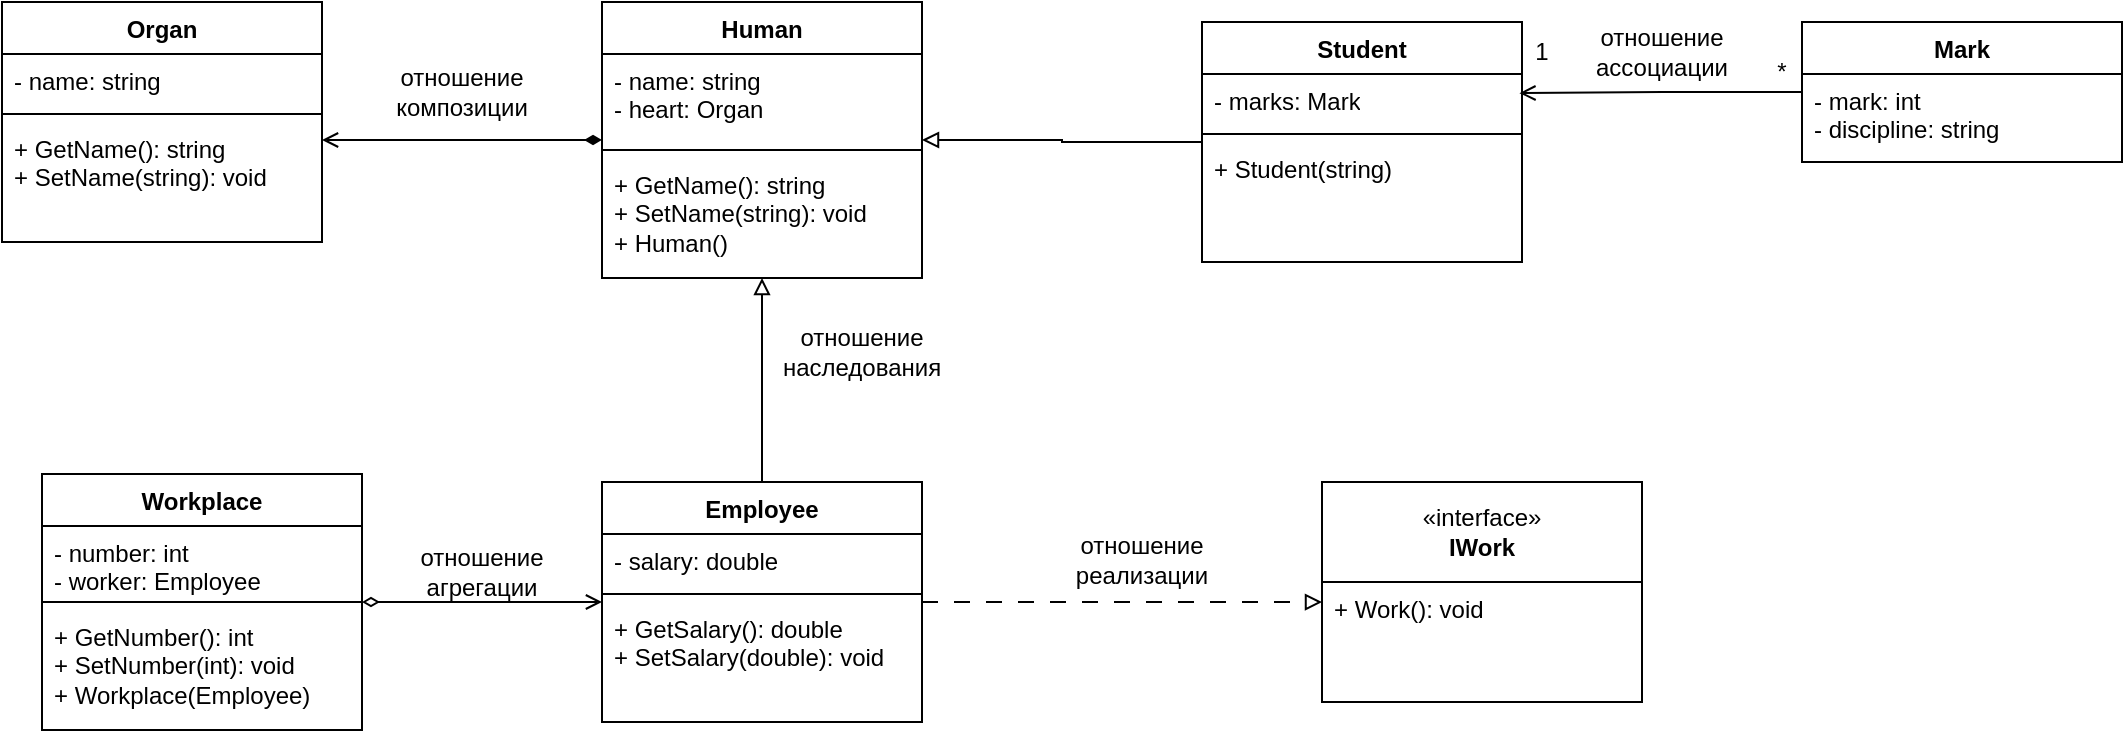
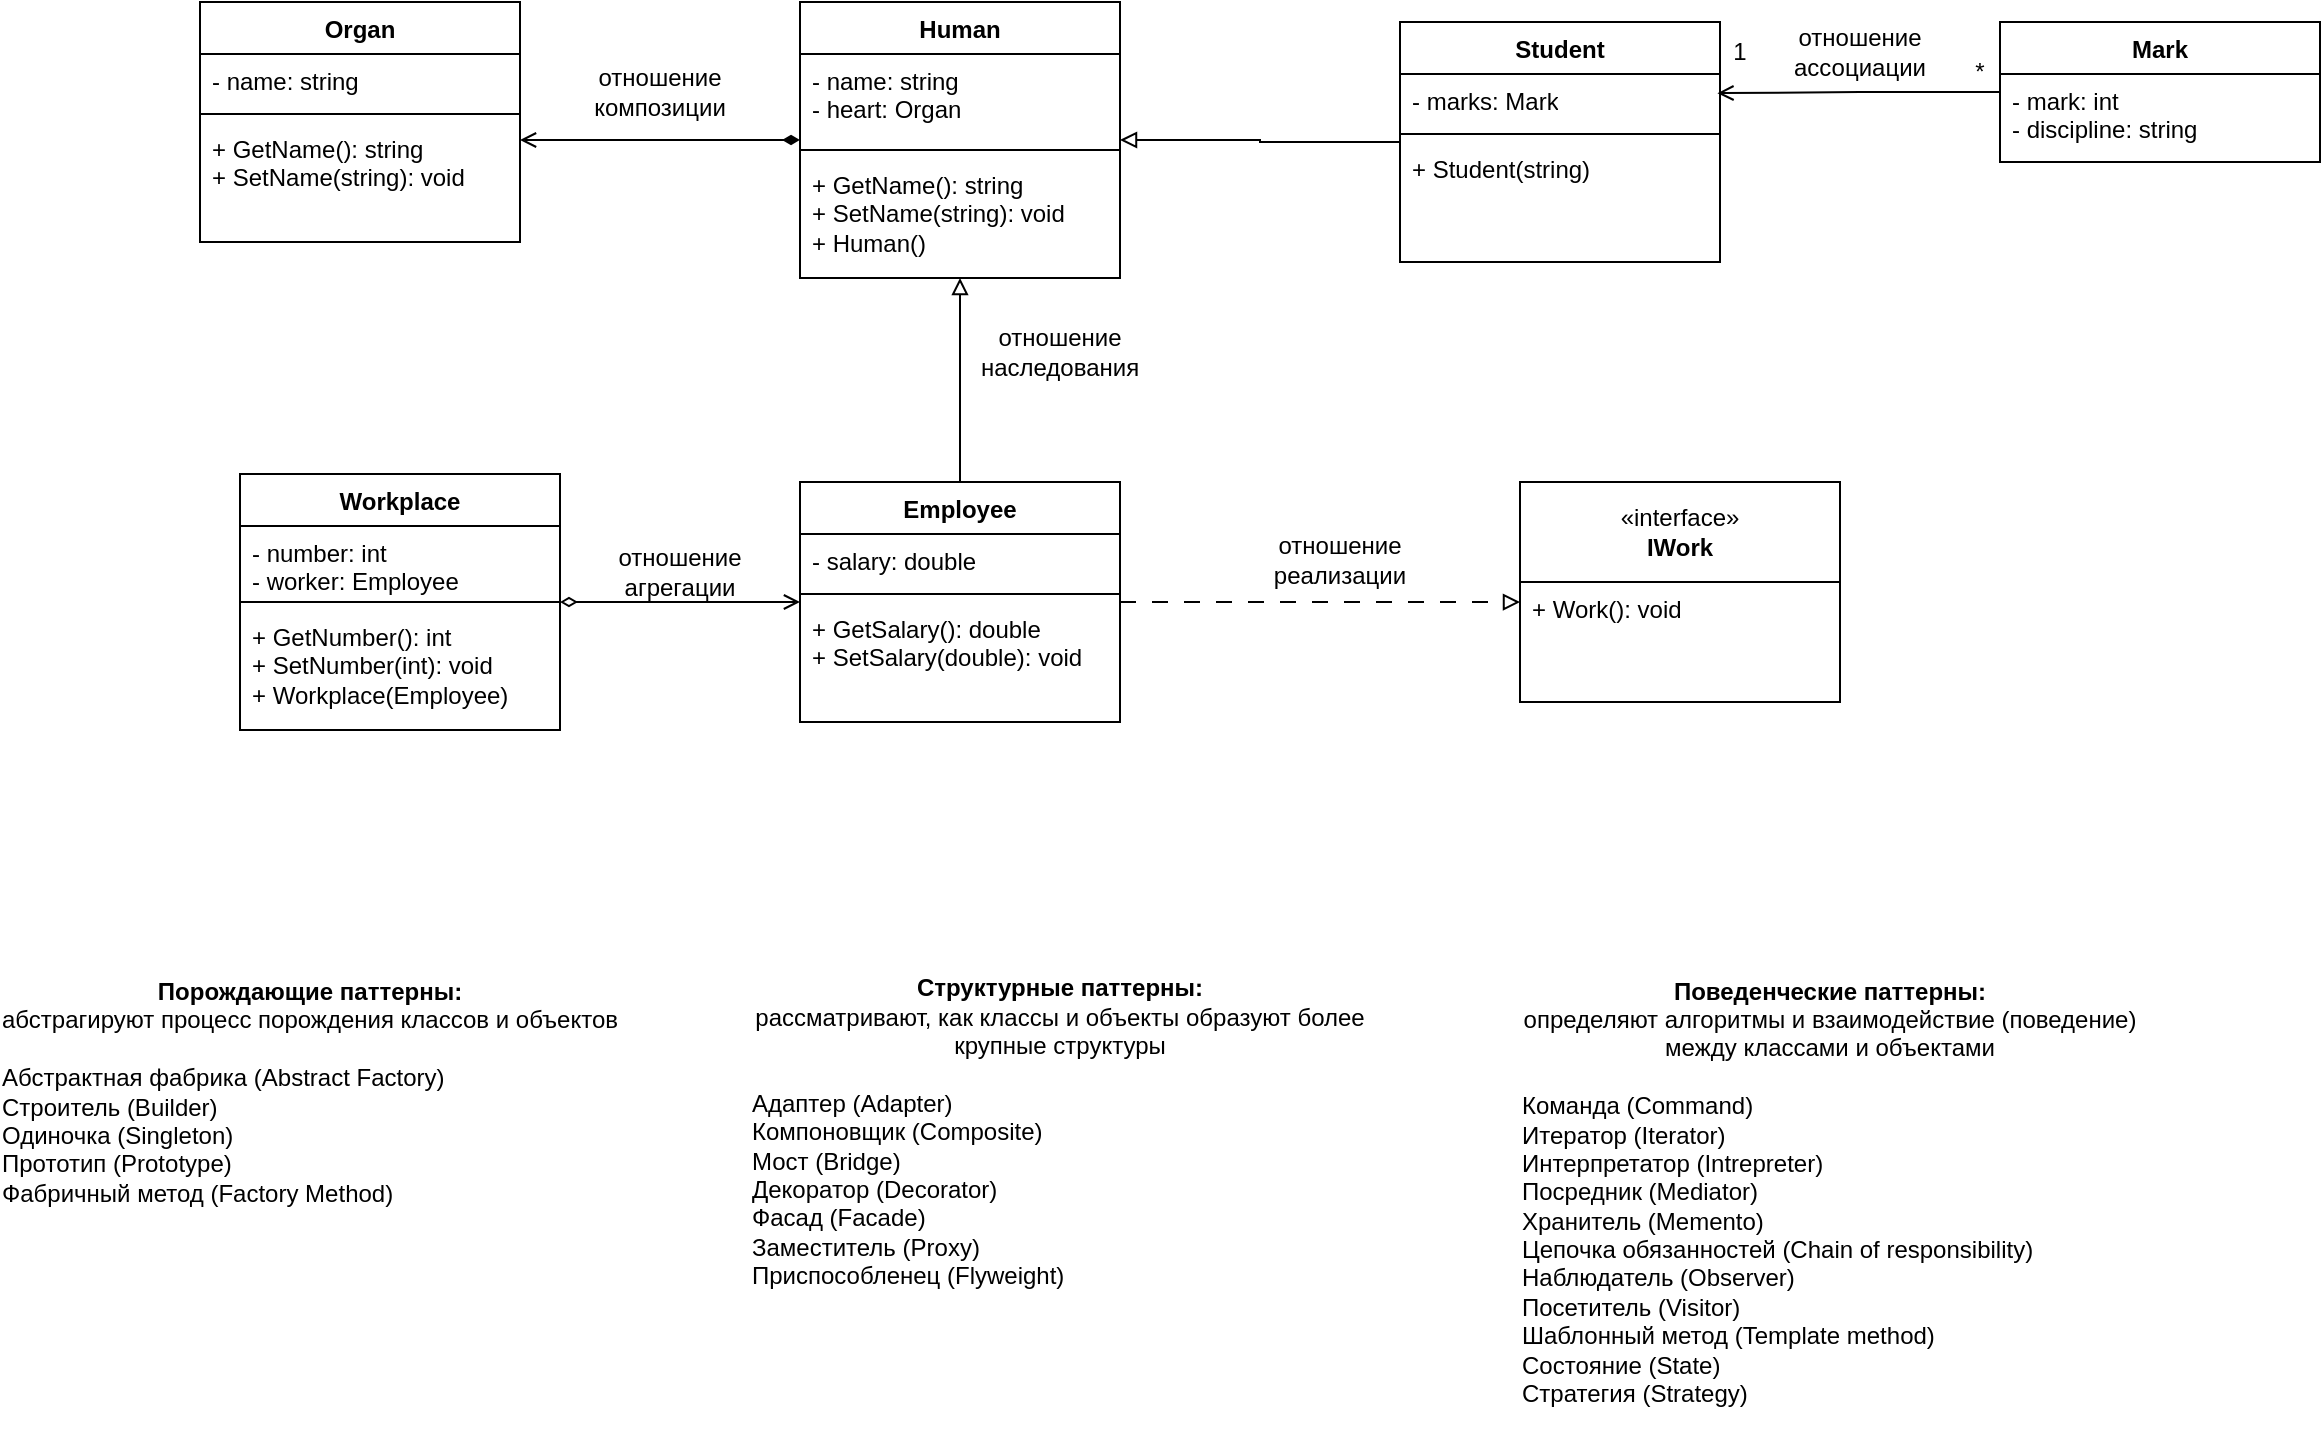
<mxfile host="Electron" agent="Mozilla/5.0 (Windows NT 10.0; Win64; x64) AppleWebKit/537.36 (KHTML, like Gecko) draw.io/29.6.6 Chrome/144.0.7559.236 Electron/40.8.4 Safari/537.36" version="29.6.6">
  <diagram name="Страница-1" id="340Mz2rqf0M7s_-7rXC2">
-     <mxGraphModel dx="1810" dy="586" grid="1" gridSize="10" guides="1" tooltips="1" connect="1" arrows="1" fold="1" page="1" pageScale="1" pageWidth="827" pageHeight="1169" math="0" shadow="0">
+     <mxGraphModel dx="2253" dy="849" grid="1" gridSize="10" guides="1" tooltips="1" connect="1" arrows="1" fold="1" page="1" pageScale="1" pageWidth="827" pageHeight="1169" math="0" shadow="0">
      <root>
        <mxCell id="0" />
        <mxCell id="1" parent="0" />
        <mxCell id="bZYXF4KpNWjfESPcemhR-1" parent="1" style="swimlane;fontStyle=1;align=center;verticalAlign=top;childLayout=stackLayout;horizontal=1;startSize=26;horizontalStack=0;resizeParent=1;resizeParentMax=0;resizeLast=0;collapsible=1;marginBottom=0;whiteSpace=wrap;html=1;" value="Human" vertex="1">
          <mxGeometry height="138" width="160" x="160" y="200" as="geometry" />
        </mxCell>
        <mxCell id="bZYXF4KpNWjfESPcemhR-2" parent="bZYXF4KpNWjfESPcemhR-1" style="text;strokeColor=none;fillColor=none;align=left;verticalAlign=top;spacingLeft=4;spacingRight=4;overflow=hidden;rotatable=0;points=[[0,0.5],[1,0.5]];portConstraint=eastwest;whiteSpace=wrap;html=1;" value="- name: string&lt;div&gt;- heart: Organ&lt;/div&gt;" vertex="1">
          <mxGeometry height="44" width="160" y="26" as="geometry" />
        </mxCell>
        <mxCell id="bZYXF4KpNWjfESPcemhR-3" parent="bZYXF4KpNWjfESPcemhR-1" style="line;strokeWidth=1;fillColor=none;align=left;verticalAlign=middle;spacingTop=-1;spacingLeft=3;spacingRight=3;rotatable=0;labelPosition=right;points=[];portConstraint=eastwest;strokeColor=inherit;" value="" vertex="1">
          <mxGeometry height="8" width="160" y="70" as="geometry" />
        </mxCell>
        <mxCell id="bZYXF4KpNWjfESPcemhR-4" parent="bZYXF4KpNWjfESPcemhR-1" style="text;strokeColor=none;fillColor=none;align=left;verticalAlign=top;spacingLeft=4;spacingRight=4;overflow=hidden;rotatable=0;points=[[0,0.5],[1,0.5]];portConstraint=eastwest;whiteSpace=wrap;html=1;" value="+ GetName(): string&lt;div&gt;+ SetName(string): void&lt;/div&gt;&lt;div&gt;+ Human()&lt;/div&gt;" vertex="1">
          <mxGeometry height="60" width="160" y="78" as="geometry" />
        </mxCell>
        <mxCell id="bZYXF4KpNWjfESPcemhR-41" edge="1" parent="1" source="bZYXF4KpNWjfESPcemhR-5" style="edgeStyle=orthogonalEdgeStyle;rounded=0;orthogonalLoop=1;jettySize=auto;html=1;endArrow=diamondThin;endFill=0;startArrow=open;startFill=0;" target="bZYXF4KpNWjfESPcemhR-37">
          <mxGeometry relative="1" as="geometry" />
        </mxCell>
        <mxCell id="bZYXF4KpNWjfESPcemhR-5" parent="1" style="swimlane;fontStyle=1;align=center;verticalAlign=top;childLayout=stackLayout;horizontal=1;startSize=26;horizontalStack=0;resizeParent=1;resizeParentMax=0;resizeLast=0;collapsible=1;marginBottom=0;whiteSpace=wrap;html=1;" value="Employee" vertex="1">
          <mxGeometry height="120" width="160" x="160" y="440" as="geometry" />
        </mxCell>
        <mxCell id="bZYXF4KpNWjfESPcemhR-6" parent="bZYXF4KpNWjfESPcemhR-5" style="text;strokeColor=none;fillColor=none;align=left;verticalAlign=top;spacingLeft=4;spacingRight=4;overflow=hidden;rotatable=0;points=[[0,0.5],[1,0.5]];portConstraint=eastwest;whiteSpace=wrap;html=1;" value="- salary: double" vertex="1">
          <mxGeometry height="26" width="160" y="26" as="geometry" />
        </mxCell>
        <mxCell id="bZYXF4KpNWjfESPcemhR-7" parent="bZYXF4KpNWjfESPcemhR-5" style="line;strokeWidth=1;fillColor=none;align=left;verticalAlign=middle;spacingTop=-1;spacingLeft=3;spacingRight=3;rotatable=0;labelPosition=right;points=[];portConstraint=eastwest;strokeColor=inherit;" value="" vertex="1">
          <mxGeometry height="8" width="160" y="52" as="geometry" />
        </mxCell>
        <mxCell id="bZYXF4KpNWjfESPcemhR-8" parent="bZYXF4KpNWjfESPcemhR-5" style="text;strokeColor=none;fillColor=none;align=left;verticalAlign=top;spacingLeft=4;spacingRight=4;overflow=hidden;rotatable=0;points=[[0,0.5],[1,0.5]];portConstraint=eastwest;whiteSpace=wrap;html=1;" value="+ GetSalary(): double&lt;div&gt;+ SetSalary(double): void&lt;/div&gt;" vertex="1">
          <mxGeometry height="60" width="160" y="60" as="geometry" />
        </mxCell>
        <mxCell id="bZYXF4KpNWjfESPcemhR-9" edge="1" parent="1" source="bZYXF4KpNWjfESPcemhR-5" style="edgeStyle=orthogonalEdgeStyle;rounded=0;orthogonalLoop=1;jettySize=auto;html=1;entryX=0.5;entryY=1;entryDx=0;entryDy=0;entryPerimeter=0;endArrow=block;endFill=0;" target="bZYXF4KpNWjfESPcemhR-4">
          <mxGeometry relative="1" as="geometry" />
        </mxCell>
        <mxCell id="bZYXF4KpNWjfESPcemhR-10" parent="1" style="text;html=1;whiteSpace=wrap;strokeColor=none;fillColor=none;align=center;verticalAlign=middle;rounded=0;" value="отношение наследования" vertex="1">
          <mxGeometry height="30" width="60" x="260" y="360" as="geometry" />
        </mxCell>
        <mxCell id="bZYXF4KpNWjfESPcemhR-11" parent="1" style="swimlane;fontStyle=1;align=center;verticalAlign=top;childLayout=stackLayout;horizontal=1;startSize=26;horizontalStack=0;resizeParent=1;resizeParentMax=0;resizeLast=0;collapsible=1;marginBottom=0;whiteSpace=wrap;html=1;" value="" vertex="1">
          <mxGeometry height="86" width="160" x="520" y="464" as="geometry" />
        </mxCell>
        <mxCell id="bZYXF4KpNWjfESPcemhR-14" parent="bZYXF4KpNWjfESPcemhR-11" style="text;strokeColor=none;fillColor=none;align=left;verticalAlign=top;spacingLeft=4;spacingRight=4;overflow=hidden;rotatable=0;points=[[0,0.5],[1,0.5]];portConstraint=eastwest;whiteSpace=wrap;html=1;" value="&lt;div&gt;+ Work(): void&lt;/div&gt;" vertex="1">
          <mxGeometry height="60" width="160" y="26" as="geometry" />
        </mxCell>
        <mxCell id="bZYXF4KpNWjfESPcemhR-15" parent="1" style="html=1;whiteSpace=wrap;" value="«interface»&lt;br&gt;&lt;b&gt;IWork&lt;/b&gt;" vertex="1">
          <mxGeometry height="50" width="160" x="520" y="440" as="geometry" />
        </mxCell>
        <mxCell id="bZYXF4KpNWjfESPcemhR-16" edge="1" parent="1" source="bZYXF4KpNWjfESPcemhR-5" style="edgeStyle=orthogonalEdgeStyle;rounded=0;orthogonalLoop=1;jettySize=auto;html=1;entryX=0;entryY=0.167;entryDx=0;entryDy=0;entryPerimeter=0;endArrow=block;endFill=0;dashed=1;dashPattern=8 8;" target="bZYXF4KpNWjfESPcemhR-14">
          <mxGeometry relative="1" as="geometry" />
        </mxCell>
        <mxCell id="bZYXF4KpNWjfESPcemhR-17" parent="1" style="text;html=1;whiteSpace=wrap;strokeColor=none;fillColor=none;align=center;verticalAlign=middle;rounded=0;" value="отношение реализации" vertex="1">
          <mxGeometry height="30" width="60" x="400" y="464" as="geometry" />
        </mxCell>
        <mxCell id="bZYXF4KpNWjfESPcemhR-23" edge="1" parent="1" source="bZYXF4KpNWjfESPcemhR-18" style="edgeStyle=orthogonalEdgeStyle;rounded=0;orthogonalLoop=1;jettySize=auto;html=1;endArrow=block;endFill=0;" target="bZYXF4KpNWjfESPcemhR-1">
          <mxGeometry relative="1" as="geometry" />
        </mxCell>
        <mxCell id="bZYXF4KpNWjfESPcemhR-18" parent="1" style="swimlane;fontStyle=1;align=center;verticalAlign=top;childLayout=stackLayout;horizontal=1;startSize=26;horizontalStack=0;resizeParent=1;resizeParentMax=0;resizeLast=0;collapsible=1;marginBottom=0;whiteSpace=wrap;html=1;" value="Student" vertex="1">
          <mxGeometry height="120" width="160" x="460" y="210" as="geometry" />
        </mxCell>
        <mxCell id="bZYXF4KpNWjfESPcemhR-19" parent="bZYXF4KpNWjfESPcemhR-18" style="text;strokeColor=none;fillColor=none;align=left;verticalAlign=top;spacingLeft=4;spacingRight=4;overflow=hidden;rotatable=0;points=[[0,0.5],[1,0.5]];portConstraint=eastwest;whiteSpace=wrap;html=1;" value="- marks: Mark" vertex="1">
          <mxGeometry height="26" width="160" y="26" as="geometry" />
        </mxCell>
        <mxCell id="bZYXF4KpNWjfESPcemhR-20" parent="bZYXF4KpNWjfESPcemhR-18" style="line;strokeWidth=1;fillColor=none;align=left;verticalAlign=middle;spacingTop=-1;spacingLeft=3;spacingRight=3;rotatable=0;labelPosition=right;points=[];portConstraint=eastwest;strokeColor=inherit;" value="" vertex="1">
          <mxGeometry height="8" width="160" y="52" as="geometry" />
        </mxCell>
        <mxCell id="bZYXF4KpNWjfESPcemhR-21" parent="bZYXF4KpNWjfESPcemhR-18" style="text;strokeColor=none;fillColor=none;align=left;verticalAlign=top;spacingLeft=4;spacingRight=4;overflow=hidden;rotatable=0;points=[[0,0.5],[1,0.5]];portConstraint=eastwest;whiteSpace=wrap;html=1;" value="+ Student(string)" vertex="1">
          <mxGeometry height="60" width="160" y="60" as="geometry" />
        </mxCell>
        <mxCell id="bZYXF4KpNWjfESPcemhR-24" parent="1" style="swimlane;fontStyle=1;align=center;verticalAlign=top;childLayout=stackLayout;horizontal=1;startSize=26;horizontalStack=0;resizeParent=1;resizeParentMax=0;resizeLast=0;collapsible=1;marginBottom=0;whiteSpace=wrap;html=1;" value="Mark" vertex="1">
          <mxGeometry height="70" width="160" x="760" y="210" as="geometry" />
        </mxCell>
        <mxCell id="bZYXF4KpNWjfESPcemhR-25" parent="bZYXF4KpNWjfESPcemhR-24" style="text;strokeColor=none;fillColor=none;align=left;verticalAlign=top;spacingLeft=4;spacingRight=4;overflow=hidden;rotatable=0;points=[[0,0.5],[1,0.5]];portConstraint=eastwest;whiteSpace=wrap;html=1;" value="- mark: int&lt;div&gt;- discipline: string&lt;/div&gt;" vertex="1">
          <mxGeometry height="44" width="160" y="26" as="geometry" />
        </mxCell>
        <mxCell id="bZYXF4KpNWjfESPcemhR-28" edge="1" parent="1" source="bZYXF4KpNWjfESPcemhR-24" style="edgeStyle=orthogonalEdgeStyle;rounded=0;orthogonalLoop=1;jettySize=auto;html=1;entryX=0.992;entryY=0.368;entryDx=0;entryDy=0;entryPerimeter=0;endArrow=open;endFill=0;" target="bZYXF4KpNWjfESPcemhR-19">
          <mxGeometry relative="1" as="geometry" />
        </mxCell>
        <mxCell id="bZYXF4KpNWjfESPcemhR-29" parent="1" style="text;html=1;whiteSpace=wrap;strokeColor=none;fillColor=none;align=center;verticalAlign=middle;rounded=0;" value="*" vertex="1">
          <mxGeometry height="30" width="60" x="720" y="220" as="geometry" />
        </mxCell>
        <mxCell id="bZYXF4KpNWjfESPcemhR-30" parent="1" style="text;html=1;whiteSpace=wrap;strokeColor=none;fillColor=none;align=center;verticalAlign=middle;rounded=0;" value="1" vertex="1">
          <mxGeometry height="30" width="60" x="600" y="210" as="geometry" />
        </mxCell>
        <mxCell id="bZYXF4KpNWjfESPcemhR-31" parent="1" style="swimlane;fontStyle=1;align=center;verticalAlign=top;childLayout=stackLayout;horizontal=1;startSize=26;horizontalStack=0;resizeParent=1;resizeParentMax=0;resizeLast=0;collapsible=1;marginBottom=0;whiteSpace=wrap;html=1;" value="Organ" vertex="1">
          <mxGeometry height="120" width="160" x="-140" y="200" as="geometry" />
        </mxCell>
        <mxCell id="bZYXF4KpNWjfESPcemhR-32" parent="bZYXF4KpNWjfESPcemhR-31" style="text;strokeColor=none;fillColor=none;align=left;verticalAlign=top;spacingLeft=4;spacingRight=4;overflow=hidden;rotatable=0;points=[[0,0.5],[1,0.5]];portConstraint=eastwest;whiteSpace=wrap;html=1;" value="- name: string" vertex="1">
          <mxGeometry height="26" width="160" y="26" as="geometry" />
        </mxCell>
        <mxCell id="bZYXF4KpNWjfESPcemhR-33" parent="bZYXF4KpNWjfESPcemhR-31" style="line;strokeWidth=1;fillColor=none;align=left;verticalAlign=middle;spacingTop=-1;spacingLeft=3;spacingRight=3;rotatable=0;labelPosition=right;points=[];portConstraint=eastwest;strokeColor=inherit;" value="" vertex="1">
          <mxGeometry height="8" width="160" y="52" as="geometry" />
        </mxCell>
        <mxCell id="bZYXF4KpNWjfESPcemhR-34" parent="bZYXF4KpNWjfESPcemhR-31" style="text;strokeColor=none;fillColor=none;align=left;verticalAlign=top;spacingLeft=4;spacingRight=4;overflow=hidden;rotatable=0;points=[[0,0.5],[1,0.5]];portConstraint=eastwest;whiteSpace=wrap;html=1;" value="+ GetName(): string&lt;div&gt;+ SetName(string): void&lt;/div&gt;" vertex="1">
          <mxGeometry height="60" width="160" y="60" as="geometry" />
        </mxCell>
        <mxCell id="bZYXF4KpNWjfESPcemhR-35" edge="1" parent="1" source="bZYXF4KpNWjfESPcemhR-1" style="edgeStyle=orthogonalEdgeStyle;rounded=0;orthogonalLoop=1;jettySize=auto;html=1;entryX=1;entryY=0.15;entryDx=0;entryDy=0;entryPerimeter=0;endArrow=open;endFill=0;startArrow=diamondThin;startFill=1;" target="bZYXF4KpNWjfESPcemhR-34">
          <mxGeometry relative="1" as="geometry" />
        </mxCell>
        <mxCell id="bZYXF4KpNWjfESPcemhR-36" parent="1" style="text;html=1;whiteSpace=wrap;strokeColor=none;fillColor=none;align=center;verticalAlign=middle;rounded=0;" value="отношение композиции" vertex="1">
          <mxGeometry height="30" width="60" x="60" y="230" as="geometry" />
        </mxCell>
        <mxCell id="bZYXF4KpNWjfESPcemhR-37" parent="1" style="swimlane;fontStyle=1;align=center;verticalAlign=top;childLayout=stackLayout;horizontal=1;startSize=26;horizontalStack=0;resizeParent=1;resizeParentMax=0;resizeLast=0;collapsible=1;marginBottom=0;whiteSpace=wrap;html=1;" value="Workplace" vertex="1">
          <mxGeometry height="128" width="160" x="-120" y="436" as="geometry" />
        </mxCell>
        <mxCell id="bZYXF4KpNWjfESPcemhR-38" parent="bZYXF4KpNWjfESPcemhR-37" style="text;strokeColor=none;fillColor=none;align=left;verticalAlign=top;spacingLeft=4;spacingRight=4;overflow=hidden;rotatable=0;points=[[0,0.5],[1,0.5]];portConstraint=eastwest;whiteSpace=wrap;html=1;" value="- number: int&lt;div&gt;- worker: Employee&lt;/div&gt;" vertex="1">
          <mxGeometry height="34" width="160" y="26" as="geometry" />
        </mxCell>
        <mxCell id="bZYXF4KpNWjfESPcemhR-39" parent="bZYXF4KpNWjfESPcemhR-37" style="line;strokeWidth=1;fillColor=none;align=left;verticalAlign=middle;spacingTop=-1;spacingLeft=3;spacingRight=3;rotatable=0;labelPosition=right;points=[];portConstraint=eastwest;strokeColor=inherit;" value="" vertex="1">
          <mxGeometry height="8" width="160" y="60" as="geometry" />
        </mxCell>
        <mxCell id="bZYXF4KpNWjfESPcemhR-40" parent="bZYXF4KpNWjfESPcemhR-37" style="text;strokeColor=none;fillColor=none;align=left;verticalAlign=top;spacingLeft=4;spacingRight=4;overflow=hidden;rotatable=0;points=[[0,0.5],[1,0.5]];portConstraint=eastwest;whiteSpace=wrap;html=1;" value="+ GetNumber(): int&lt;div&gt;+ SetNumber(int): void&lt;/div&gt;&lt;div&gt;+ Workplace(Employee)&lt;/div&gt;" vertex="1">
          <mxGeometry height="60" width="160" y="68" as="geometry" />
        </mxCell>
        <mxCell id="bZYXF4KpNWjfESPcemhR-42" parent="1" style="text;html=1;whiteSpace=wrap;strokeColor=none;fillColor=none;align=center;verticalAlign=middle;rounded=0;" value="отношение агрегации" vertex="1">
          <mxGeometry height="30" width="60" x="70" y="470" as="geometry" />
        </mxCell>
        <mxCell id="bZYXF4KpNWjfESPcemhR-43" parent="1" style="text;html=1;whiteSpace=wrap;strokeColor=none;fillColor=none;align=center;verticalAlign=middle;rounded=0;" value="отношение ассоциации" vertex="1">
          <mxGeometry height="30" width="60" x="660" y="210" as="geometry" />
        </mxCell>
+         <mxCell id="j9C8s-9bfbI2lDyzazYW-1" parent="1" style="text;html=1;whiteSpace=wrap;strokeColor=none;fillColor=none;align=center;verticalAlign=middle;rounded=0;fontStyle=1" value="Порождающие паттерны:&lt;div&gt;&lt;span style=&quot;font-weight: normal;&quot;&gt;абстрагируют процесс порождения классов и объектов&lt;/span&gt;&lt;br&gt;&lt;div&gt;&lt;br&gt;&lt;/div&gt;&lt;div style=&quot;text-align: left;&quot;&gt;&lt;span style=&quot;font-weight: 400;&quot;&gt;Абстрактная фабрика (Abstract Factory)&lt;/span&gt;&lt;/div&gt;&lt;div style=&quot;text-align: left;&quot;&gt;&lt;span style=&quot;font-weight: 400;&quot;&gt;Строитель (Builder)&lt;/span&gt;&lt;/div&gt;&lt;div style=&quot;text-align: left;&quot;&gt;&lt;span style=&quot;font-weight: 400;&quot;&gt;Одиночка (Singleton)&lt;/span&gt;&lt;/div&gt;&lt;div style=&quot;text-align: left;&quot;&gt;&lt;span style=&quot;font-weight: 400;&quot;&gt;Прототип (Prototype)&lt;/span&gt;&lt;/div&gt;&lt;div style=&quot;text-align: left;&quot;&gt;&lt;span style=&quot;font-weight: 400;&quot;&gt;Фабричный метод (Factory Method)&lt;/span&gt;&lt;/div&gt;&lt;/div&gt;" vertex="1">
+           <mxGeometry height="250" width="310" x="-240" y="620" as="geometry" />
+         </mxCell>
+         <mxCell id="j9C8s-9bfbI2lDyzazYW-2" parent="1" style="text;html=1;whiteSpace=wrap;strokeColor=none;fillColor=none;align=center;verticalAlign=middle;rounded=0;fontStyle=1" value="Структурные паттерны:&lt;div&gt;&lt;span style=&quot;font-weight: normal;&quot;&gt;рассматривают, как классы и объекты образуют более крупные структуры&lt;/span&gt;&lt;br&gt;&lt;div&gt;&lt;br&gt;&lt;/div&gt;&lt;div style=&quot;text-align: left;&quot;&gt;&lt;span style=&quot;font-weight: 400;&quot;&gt;Адаптер (Adapter)&lt;/span&gt;&lt;/div&gt;&lt;div style=&quot;text-align: left;&quot;&gt;&lt;span style=&quot;font-weight: 400;&quot;&gt;Компоновщик (Composite)&lt;/span&gt;&lt;/div&gt;&lt;div style=&quot;text-align: left;&quot;&gt;&lt;span style=&quot;font-weight: 400;&quot;&gt;Мост (Bridge)&lt;/span&gt;&lt;/div&gt;&lt;div style=&quot;text-align: left;&quot;&gt;&lt;span style=&quot;font-weight: 400;&quot;&gt;Декоратор (Decorator)&lt;/span&gt;&lt;/div&gt;&lt;div style=&quot;text-align: left;&quot;&gt;&lt;span style=&quot;font-weight: 400;&quot;&gt;Фасад (Facade)&lt;/span&gt;&lt;/div&gt;&lt;/div&gt;&lt;div style=&quot;text-align: left;&quot;&gt;&lt;span style=&quot;font-weight: 400;&quot;&gt;Заместитель (Proxy)&lt;/span&gt;&lt;/div&gt;&lt;div style=&quot;text-align: left;&quot;&gt;&lt;span style=&quot;font-weight: 400;&quot;&gt;Приспособленец (Flyweight)&lt;/span&gt;&lt;/div&gt;" vertex="1">
+           <mxGeometry height="250" width="310" x="135" y="640" as="geometry" />
+         </mxCell>
+         <mxCell id="j9C8s-9bfbI2lDyzazYW-3" parent="1" style="text;html=1;whiteSpace=wrap;strokeColor=none;fillColor=none;align=center;verticalAlign=middle;rounded=0;fontStyle=1" value="Поведенческие паттерны:&lt;div&gt;&lt;span style=&quot;font-weight: 400;&quot;&gt;определяют алгоритмы и взаимодействие (поведение) между классами и объектами&lt;/span&gt;&lt;br&gt;&lt;div&gt;&lt;br&gt;&lt;/div&gt;&lt;div style=&quot;text-align: left;&quot;&gt;&lt;span style=&quot;font-weight: 400;&quot;&gt;Команда (Command)&lt;/span&gt;&lt;/div&gt;&lt;/div&gt;&lt;div style=&quot;text-align: left;&quot;&gt;&lt;span style=&quot;font-weight: 400;&quot;&gt;Итератор (Iterator)&lt;/span&gt;&lt;/div&gt;&lt;div style=&quot;text-align: left;&quot;&gt;&lt;span style=&quot;font-weight: 400;&quot;&gt;Интерпретатор (Intrepreter)&lt;/span&gt;&lt;/div&gt;&lt;div style=&quot;text-align: left;&quot;&gt;&lt;span style=&quot;font-weight: 400;&quot;&gt;Посредник (Mediator)&lt;/span&gt;&lt;/div&gt;&lt;div style=&quot;text-align: left;&quot;&gt;&lt;span style=&quot;font-weight: 400;&quot;&gt;Хранитель (Memento)&lt;/span&gt;&lt;/div&gt;&lt;div style=&quot;text-align: left;&quot;&gt;&lt;span style=&quot;font-weight: 400;&quot;&gt;Цепочка обязанностей (Chain of responsibility)&lt;/span&gt;&lt;/div&gt;&lt;div style=&quot;text-align: left;&quot;&gt;&lt;span style=&quot;font-weight: 400;&quot;&gt;Наблюдатель (Observer)&lt;/span&gt;&lt;/div&gt;&lt;div style=&quot;text-align: left;&quot;&gt;&lt;span style=&quot;font-weight: 400;&quot;&gt;Посетитель (Visitor)&lt;/span&gt;&lt;/div&gt;&lt;div style=&quot;text-align: left;&quot;&gt;&lt;span style=&quot;font-weight: 400;&quot;&gt;Шаблонный метод (Template method)&lt;/span&gt;&lt;/div&gt;&lt;div style=&quot;text-align: left;&quot;&gt;&lt;span style=&quot;font-weight: 400;&quot;&gt;Состояние (State)&lt;/span&gt;&lt;/div&gt;&lt;div style=&quot;text-align: left;&quot;&gt;&lt;span style=&quot;font-weight: 400;&quot;&gt;Стратегия (Strategy)&lt;/span&gt;&lt;/div&gt;" vertex="1">
+           <mxGeometry height="250" width="310" x="520" y="670" as="geometry" />
+         </mxCell>
      </root>
    </mxGraphModel>
  </diagram>
</mxfile>
